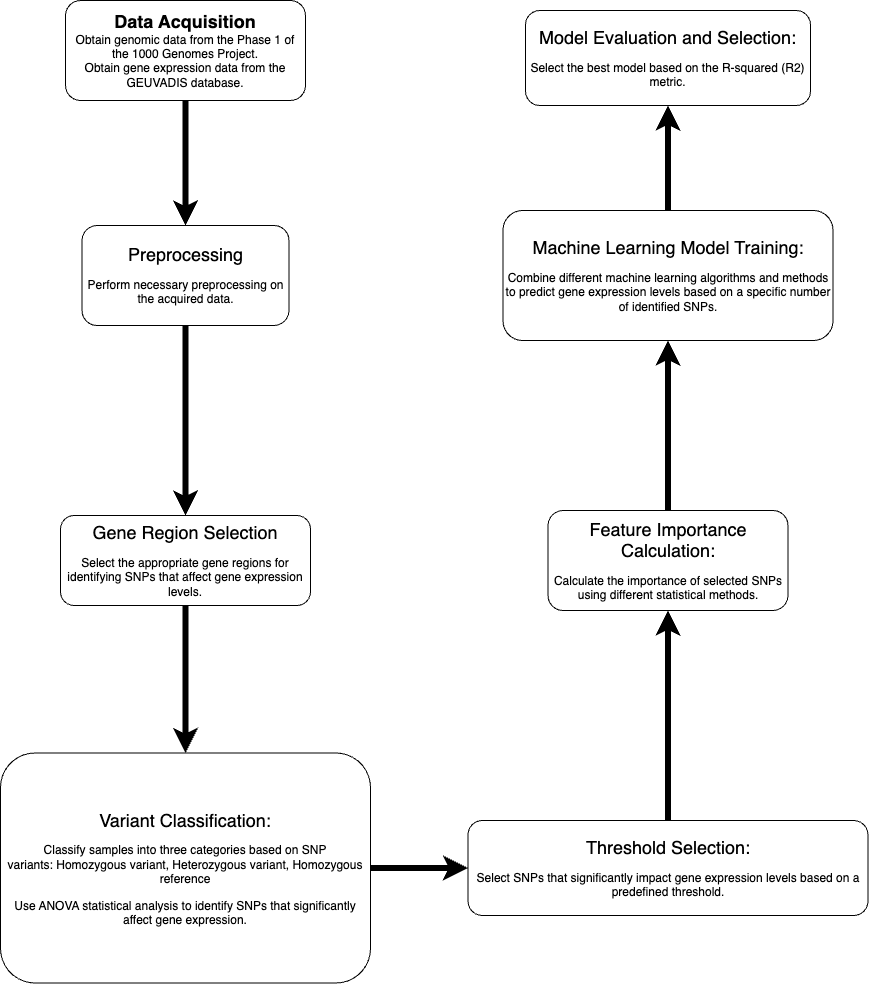
This is Figures/Pipeline.drawio.png from mahshid1373/LLM_APIs, a draw.io export, as it was before one commit. Source tidied: cells renumbered, new cells last; positions are measured from the earlier drawing's top-left corner, leaving out a move shared by most shapes.
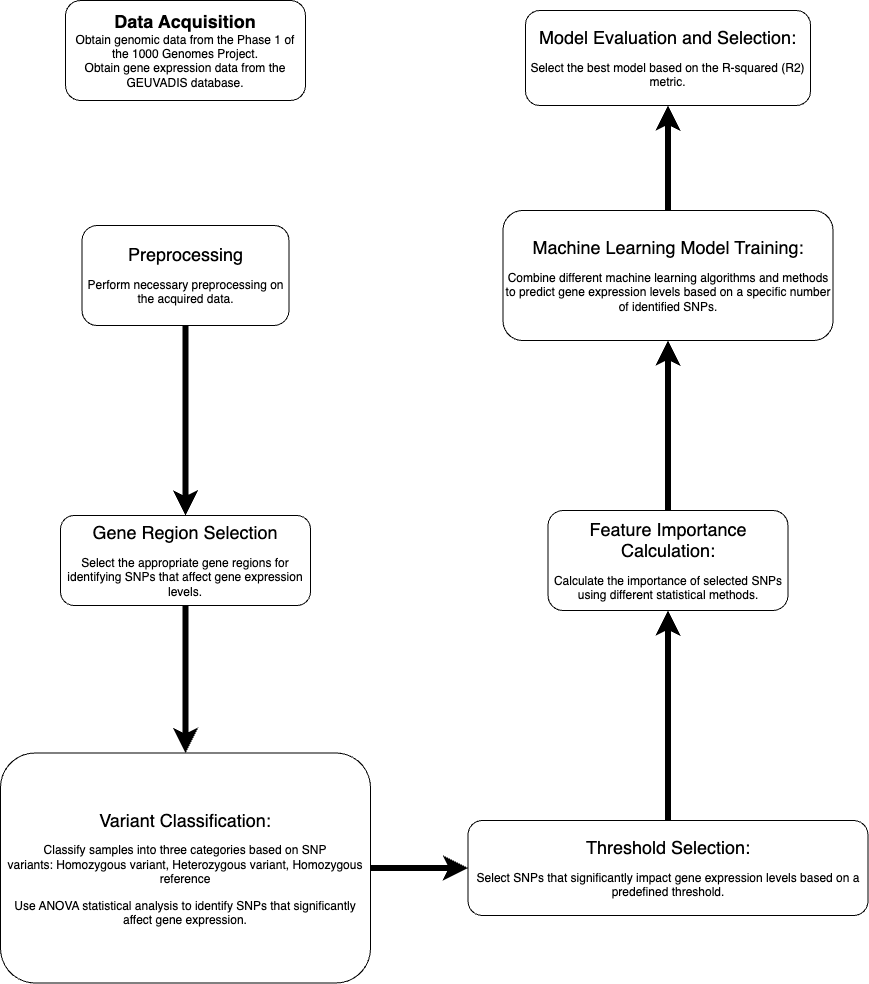
After the change.

What changed in the source:
```diff
@@ -2,7 +2,7 @@
   <root>
     <mxCell id="0" />
     <mxCell id="1" parent="0" />
-    <mxCell id="2" style="edgeStyle=orthogonalEdgeStyle;rounded=0;jettySize=auto;html=1;strokeWidth=6;" parent="1" edge="1" source="3" target="5">
+    <mxCell id="2" style="edgeStyle=orthogonalEdgeStyle;rounded=0;jettySize=auto;html=1;strokeWidth=6;strokeColor=#FFFFFF;" parent="1" edge="1" source="3" target="5">
       <mxGeometry relative="1" as="geometry" />
     </mxCell>
     <mxCell id="3" value="&lt;b&gt;&lt;font style=&quot;font-size: 18px;&quot;&gt;Data Acquisition&lt;/font&gt;&lt;/b&gt;&lt;div&gt;Obtain genomic data from the Phase 1 of the 1000 Genomes Project.&lt;br&gt;&lt;/div&gt;&lt;div&gt;Obtain gene expression data from the GEUVADIS database.&lt;br&gt;&lt;/div&gt;" style="rounded=1;whiteSpace=wrap;html=1;fontSize=12;glass=0;strokeWidth=1;shadow=0;" parent="1" vertex="1">
```
